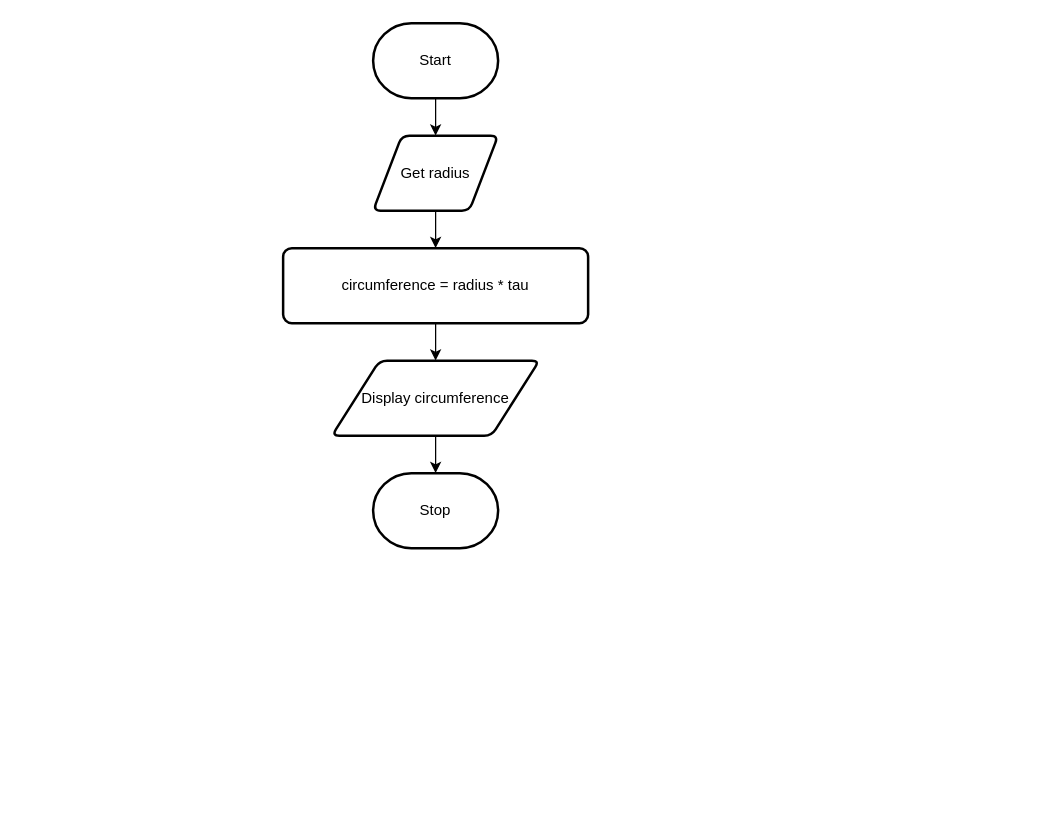
Samuel-Webster-178/ICS3U-Unit4-Unit4-05-Python keeps this draw.io diagram as page "Flowchart" (2 of 2) of design.drawio. Above is the earlier version. Source tidied: cells renumbered, new cells numbered last; positions are measured from the earlier drawing's top-left corner, leaving out a move shared by most shapes. Both pictures are drawn from the tidied source at 125%, with x=0, y=0 at pixel (282, 22).
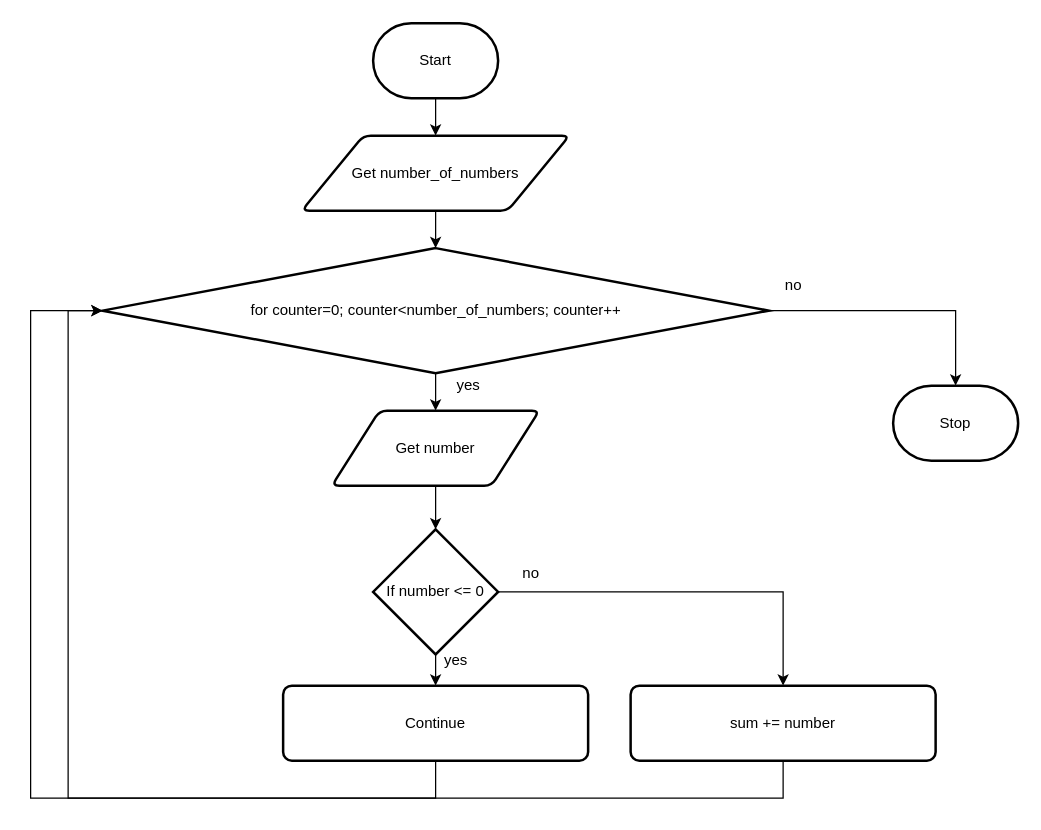
The same diagram, later.

The change refers to these unchanged cells:
```xml
<mxCell id="3" value="Start" style="strokeWidth=2;html=1;shape=mxgraph.flowchart.terminator;whiteSpace=wrap;" parent="1" vertex="1">
  <mxGeometry x="72" width="100" height="60" as="geometry" />
</mxCell>
```

Change to the diagram source:
```diff
@@
-    <mxCell id="2" style="edgeStyle=none;html=1;" parent="1" edge="1" source="3" target="5">
-      <mxGeometry relative="1" as="geometry" />
-    </mxCell>
+    <mxCell id="11" style="edgeStyle=none;html=1;" parent="1" edge="1" source="3">
+      <mxGeometry relative="1" as="geometry">
+        <mxPoint x="122" y="90" as="targetPoint" />
+      </mxGeometry>
+    </mxCell>
@@
-    <mxCell id="4" style="edgeStyle=none;html=1;" parent="1" edge="1" source="5" target="7">
-      <mxGeometry relative="1" as="geometry" />
-    </mxCell>
+    <mxCell id="12" style="edgeStyle=none;html=1;" parent="1" edge="1" source="5" target="16">
+      <mxGeometry relative="1" as="geometry" />
+    </mxCell>
-    <mxCell id="5" value="Get radius" style="shape=parallelogram;html=1;strokeWidth=2;perimeter=parallelogramPerimeter;whiteSpace=wrap;rounded=1;arcSize=12;size=0.23;" parent="1" vertex="1">
-      <mxGeometry x="72" y="90" width="100" height="60" as="geometry" />
+    <mxCell id="5" value="Get number_of_numbers" style="shape=parallelogram;html=1;strokeWidth=2;perimeter=parallelogramPerimeter;whiteSpace=wrap;rounded=1;arcSize=12;size=0.23;" parent="1" vertex="1">
+      <mxGeometry x="15" y="90" width="214" height="60" as="geometry" />
     </mxCell>
-    <mxCell id="6" style="edgeStyle=none;html=1;" parent="1" edge="1" source="7" target="9">
-      <mxGeometry relative="1" as="geometry" />
-    </mxCell>
-    <mxCell id="7" value="circumference = radius * tau" style="rounded=1;whiteSpace=wrap;html=1;absoluteArcSize=1;arcSize=14;strokeWidth=2;" parent="1" vertex="1">
-      <mxGeometry y="180" width="244" height="60" as="geometry" />
-    </mxCell>
-    <mxCell id="8" style="edgeStyle=none;html=1;" parent="1" edge="1" source="9" target="10">
-      <mxGeometry relative="1" as="geometry" />
-    </mxCell>
+    <mxCell id="13" style="edgeStyle=none;html=1;" parent="1" edge="1" source="9" target="19">
+      <mxGeometry relative="1" as="geometry" />
+    </mxCell>
-    <mxCell id="9" value="Display circumference" style="shape=parallelogram;html=1;strokeWidth=2;perimeter=parallelogramPerimeter;whiteSpace=wrap;rounded=1;arcSize=12;size=0.23;" parent="1" vertex="1">
-      <mxGeometry x="39" y="270" width="166" height="60" as="geometry" />
+    <mxCell id="9" value="Get number" style="shape=parallelogram;html=1;strokeWidth=2;perimeter=parallelogramPerimeter;whiteSpace=wrap;rounded=1;arcSize=12;size=0.23;" parent="1" vertex="1">
+      <mxGeometry x="39" y="310" width="166" height="60" as="geometry" />
     </mxCell>
     <mxCell id="10" value="Stop" style="strokeWidth=2;html=1;shape=mxgraph.flowchart.terminator;whiteSpace=wrap;" parent="1" vertex="1">
-      <mxGeometry x="72" y="360" width="100" height="60" as="geometry" />
+      <mxGeometry x="488" y="290" width="100" height="60" as="geometry" />
     </mxCell>
+    <mxCell id="14" style="edgeStyle=none;html=1;" parent="1" edge="1" source="16" target="9">
+      <mxGeometry relative="1" as="geometry" />
+    </mxCell>
+    <mxCell id="15" style="edgeStyle=orthogonalEdgeStyle;rounded=0;html=1;entryX=0.5;entryY=0;entryDx=0;entryDy=0;entryPerimeter=0;" parent="1" edge="1" source="16" target="10">
+      <mxGeometry relative="1" as="geometry" />
+    </mxCell>
+    <mxCell id="16" value="for counter=0; counter&amp;lt;number_of_numbers; counter++" style="strokeWidth=2;html=1;shape=mxgraph.flowchart.decision;whiteSpace=wrap;" parent="1" vertex="1">
+      <mxGeometry x="-144.5" y="180" width="533" height="100" as="geometry" />
+    </mxCell>
+    <mxCell id="17" style="edgeStyle=none;html=1;" parent="1" edge="1" source="19" target="21">
+      <mxGeometry relative="1" as="geometry" />
+    </mxCell>
+    <mxCell id="18" style="edgeStyle=orthogonalEdgeStyle;rounded=0;html=1;" parent="1" edge="1" source="19" target="23">
+      <mxGeometry relative="1" as="geometry" />
+    </mxCell>
+    <mxCell id="19" value="If number &amp;lt;= 0" style="strokeWidth=2;html=1;shape=mxgraph.flowchart.decision;whiteSpace=wrap;" parent="1" vertex="1">
+      <mxGeometry x="72" y="405" width="100" height="100" as="geometry" />
+    </mxCell>
+    <mxCell id="20" style="edgeStyle=orthogonalEdgeStyle;html=1;entryX=0;entryY=0.5;entryDx=0;entryDy=0;entryPerimeter=0;rounded=0;" parent="1" edge="1" source="21" target="16">
+      <mxGeometry relative="1" as="geometry">
+        <Array as="points">
+          <mxPoint x="122" y="620" />
+          <mxPoint x="-172" y="620" />
+          <mxPoint x="-172" y="230" />
+        </Array>
+      </mxGeometry>
+    </mxCell>
+    <mxCell id="21" value="Continue" style="rounded=1;whiteSpace=wrap;html=1;absoluteArcSize=1;arcSize=14;strokeWidth=2;" parent="1" vertex="1">
+      <mxGeometry y="530" width="244" height="60" as="geometry" />
+    </mxCell>
+    <mxCell id="22" style="edgeStyle=orthogonalEdgeStyle;rounded=0;html=1;entryX=0;entryY=0.5;entryDx=0;entryDy=0;entryPerimeter=0;" parent="1" edge="1" source="23" target="16">
+      <mxGeometry relative="1" as="geometry">
+        <Array as="points">
+          <mxPoint x="400" y="620" />
+          <mxPoint x="-202" y="620" />
+          <mxPoint x="-202" y="230" />
+        </Array>
+      </mxGeometry>
+    </mxCell>
+    <mxCell id="23" value="sum += number" style="rounded=1;whiteSpace=wrap;html=1;absoluteArcSize=1;arcSize=14;strokeWidth=2;" parent="1" vertex="1">
+      <mxGeometry x="278" y="530" width="244" height="60" as="geometry" />
+    </mxCell>
+    <mxCell id="24" value="no" style="text;html=1;align=center;verticalAlign=middle;strokeColor=none;fillColor=none;" parent="1" vertex="1">
+      <mxGeometry x="183" y="430" width="30" height="20" as="geometry" />
+    </mxCell>
+    <mxCell id="25" value="yes" style="text;html=1;align=center;verticalAlign=middle;strokeColor=none;fillColor=none;" parent="1" vertex="1">
+      <mxGeometry x="123" y="500" width="30" height="20" as="geometry" />
+    </mxCell>
+    <mxCell id="26" value="yes" style="text;html=1;align=center;verticalAlign=middle;strokeColor=none;fillColor=none;" parent="1" vertex="1">
+      <mxGeometry x="133" y="280" width="30" height="20" as="geometry" />
+    </mxCell>
+    <mxCell id="27" value="no" style="text;html=1;align=center;verticalAlign=middle;strokeColor=none;fillColor=none;" parent="1" vertex="1">
+      <mxGeometry x="393" y="200" width="30" height="20" as="geometry" />
+    </mxCell>
```
